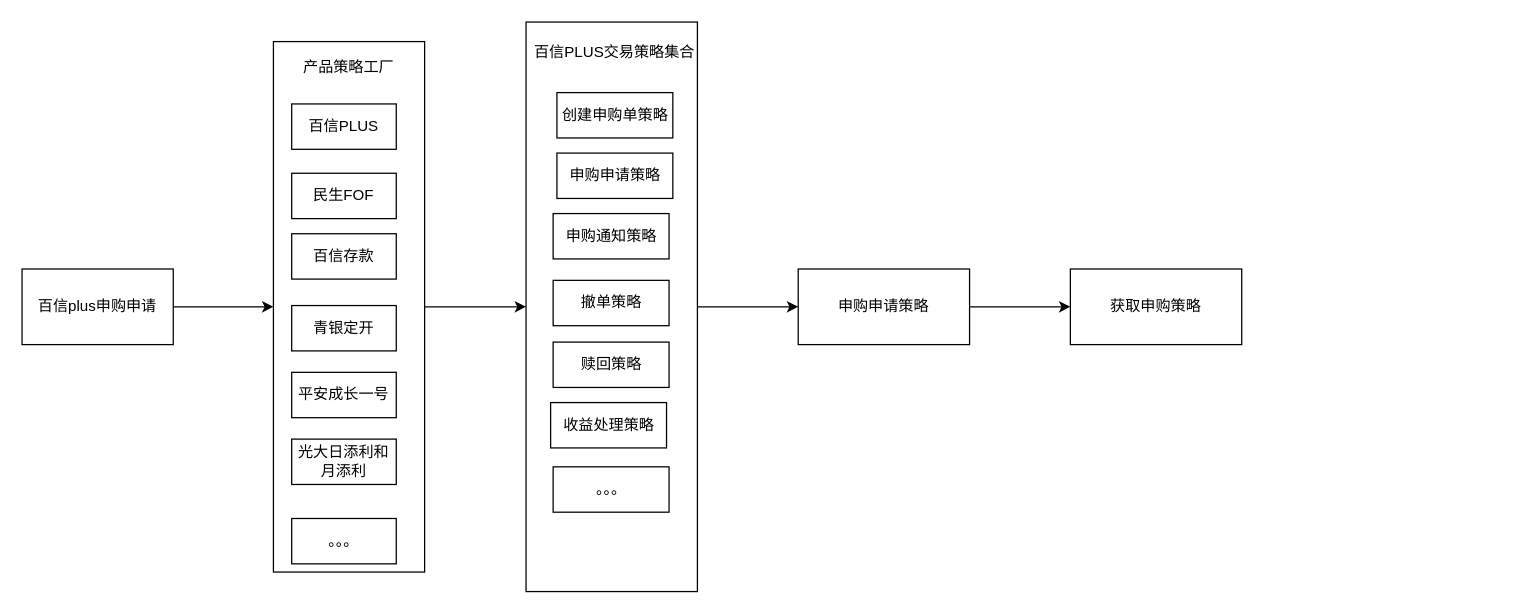
Before: Untitled Diagram.drawio in nsdifficult/DownloadWhilePlaying, a draw.io diagram. Source tidied: cells renumbered, new cells numbered last; positions are measured from the earlier drawing's top-left corner, leaving out a move shared by most shapes. Both pictures are drawn from the tidied source at 126%, with x=0, y=0 at pixel (21, 21).
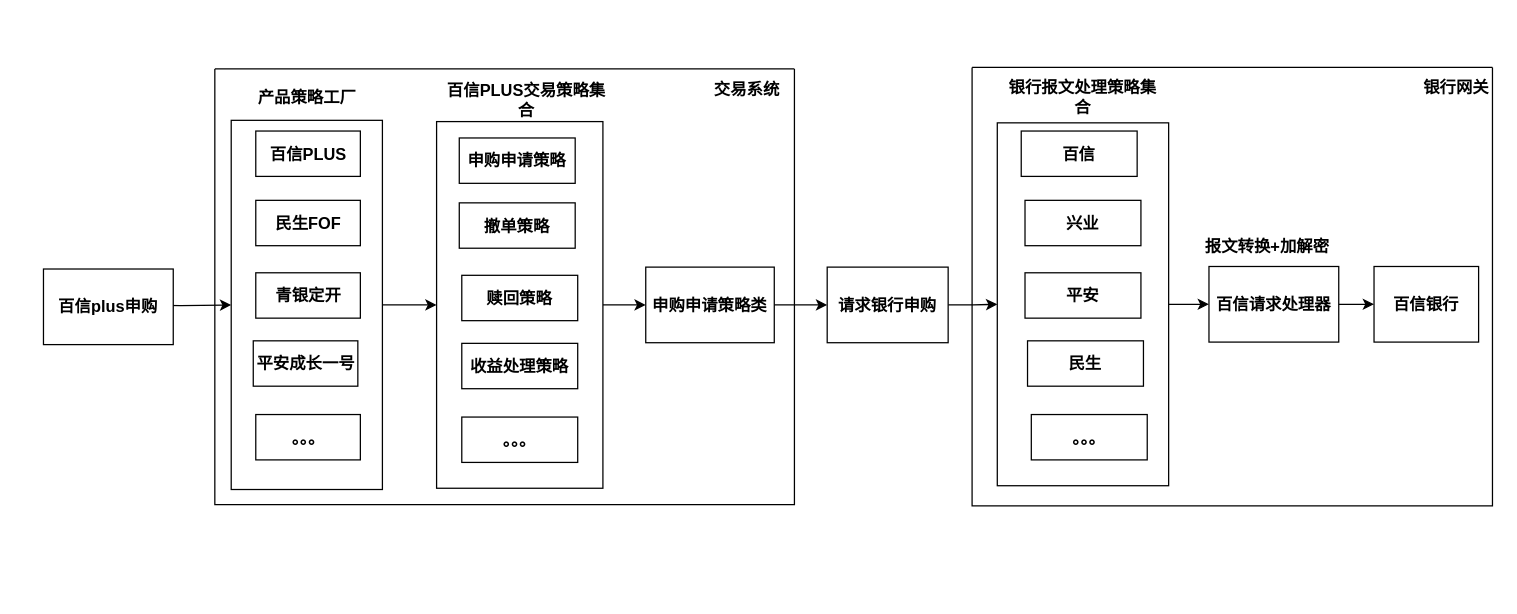
After the change.

What changed in the source:
```diff
@@
-    <mxCell id="2" style="edgeStyle=orthogonalEdgeStyle;rounded=0;jettySize=auto;html=1;" parent="1" edge="1" source="3" target="5">
-      <mxGeometry relative="1" as="geometry" />
+    <mxCell id="2" style="edgeStyle=orthogonalEdgeStyle;rounded=0;jettySize=auto;html=1;fontStyle=1;fontSize=13;" parent="1" edge="1" target="5">
+      <mxGeometry relative="1" as="geometry">
+        <mxPoint x="85" y="224.5" as="sourcePoint" />
+      </mxGeometry>
     </mxCell>
-    <mxCell id="3" value="百信plus申购申请" style="rounded=0;whiteSpace=wrap;html=1;" parent="1" vertex="1">
-      <mxGeometry y="196" width="120" height="60" as="geometry" />
+    <mxCell id="3" value="百信plus申购" style="rounded=0;whiteSpace=wrap;html=1;fontStyle=1;fontSize=13;" parent="1" vertex="1">
+      <mxGeometry x="17" y="196" width="103" height="60" as="geometry" />
     </mxCell>
-    <mxCell id="4" style="edgeStyle=orthogonalEdgeStyle;rounded=0;jettySize=auto;html=1;" parent="1" edge="1" source="5" target="7">
+    <mxCell id="4" style="edgeStyle=orthogonalEdgeStyle;rounded=0;jettySize=auto;html=1;fontStyle=1;fontSize=13;" parent="1" edge="1" source="5" target="7">
       <mxGeometry relative="1" as="geometry" />
     </mxCell>
-    <mxCell id="5" style="whiteSpace=wrap;html=1;rounded=0;" parent="1" vertex="1">
-      <mxGeometry x="199.5" y="15.5" width="120" height="421" as="geometry" />
+    <mxCell id="5" style="whiteSpace=wrap;html=1;rounded=0;fontStyle=1;fontSize=13;" parent="1" vertex="1">
+      <mxGeometry x="166" y="78" width="120" height="293" as="geometry" />
     </mxCell>
-    <mxCell id="6" style="edgeStyle=orthogonalEdgeStyle;rounded=0;jettySize=auto;html=1;" parent="1" edge="1" source="7" target="9">
+    <mxCell id="6" style="edgeStyle=orthogonalEdgeStyle;rounded=0;jettySize=auto;html=1;entryX=0;entryY=0.5;entryDx=0;entryDy=0;fontStyle=1;fontSize=13;" parent="1" edge="1" source="7" target="9">
       <mxGeometry relative="1" as="geometry" />
     </mxCell>
-    <mxCell id="7" value="&lt;div&gt;&lt;br&gt;&lt;/div&gt;&lt;div&gt;&lt;br&gt;&lt;/div&gt;" style="whiteSpace=wrap;html=1;rounded=0;" parent="1" vertex="1">
-      <mxGeometry x="400" width="136" height="452" as="geometry" />
+    <mxCell id="7" value="&lt;div style=&quot;font-size: 13px;&quot;&gt;&lt;br style=&quot;font-size: 13px;&quot;&gt;&lt;/div&gt;&lt;div style=&quot;font-size: 13px;&quot;&gt;&lt;br style=&quot;font-size: 13px;&quot;&gt;&lt;/div&gt;" style="whiteSpace=wrap;html=1;rounded=0;fontStyle=1;fontSize=13;" parent="1" vertex="1">
+      <mxGeometry x="329" y="79" width="132" height="291" as="geometry" />
     </mxCell>
-    <mxCell id="8" style="edgeStyle=orthogonalEdgeStyle;rounded=0;jettySize=auto;html=1;" parent="1" edge="1" source="9" target="10">
-      <mxGeometry relative="1" as="geometry" />
-    </mxCell>
-    <mxCell id="9" value="申购申请策略" style="whiteSpace=wrap;html=1;rounded=0;" parent="1" vertex="1">
-      <mxGeometry x="616" y="196" width="136" height="60" as="geometry" />
+    <mxCell id="9" value="申购申请策略类" style="whiteSpace=wrap;html=1;rounded=0;fontStyle=1;fontSize=13;" parent="1" vertex="1">
+      <mxGeometry x="495" y="194.5" width="102" height="60" as="geometry" />
     </mxCell>
-    <mxCell id="10" value="获取申购策略" style="whiteSpace=wrap;html=1;rounded=0;" parent="1" vertex="1">
-      <mxGeometry x="832" y="196" width="136" height="60" as="geometry" />
-    </mxCell>
+    <mxCell id="27" style="edgeStyle=orthogonalEdgeStyle;rounded=0;jettySize=auto;html=1;exitX=1;exitY=0.5;exitDx=0;exitDy=0;fontStyle=1;fontSize=13;" parent="1" edge="1" source="9" target="29">
+      <mxGeometry relative="1" as="geometry" />
+    </mxCell>
-    <mxCell id="11" value="&lt;div&gt;百信PLUS&lt;/div&gt;" style="rounded=0;whiteSpace=wrap;html=1;" parent="1" vertex="1">
-      <mxGeometry x="214" y="65" width="83" height="36" as="geometry" />
+    <mxCell id="11" value="&lt;div style=&quot;font-size: 13px;&quot;&gt;百信PLUS&lt;/div&gt;" style="rounded=0;whiteSpace=wrap;html=1;fontStyle=1;fontSize=13;" parent="1" vertex="1">
+      <mxGeometry x="185.5" y="86.5" width="83" height="36" as="geometry" />
     </mxCell>
-    <mxCell id="12" value="&lt;div&gt;&lt;div&gt;民生FOF&lt;/div&gt;&lt;/div&gt;" style="rounded=0;whiteSpace=wrap;html=1;" parent="1" vertex="1">
-      <mxGeometry x="214" y="120" width="83" height="36" as="geometry" />
+    <mxCell id="12" value="&lt;div style=&quot;font-size: 13px;&quot;&gt;&lt;div style=&quot;font-size: 13px;&quot;&gt;民生FOF&lt;/div&gt;&lt;/div&gt;" style="rounded=0;whiteSpace=wrap;html=1;fontStyle=1;fontSize=13;" parent="1" vertex="1">
+      <mxGeometry x="185.5" y="141.5" width="83" height="36" as="geometry" />
     </mxCell>
-    <mxCell id="13" value="&lt;div&gt;青银定开&lt;/div&gt;" style="rounded=0;whiteSpace=wrap;html=1;" parent="1" vertex="1">
-      <mxGeometry x="214" y="225" width="83" height="36" as="geometry" />
+    <mxCell id="13" value="&lt;div style=&quot;font-size: 13px;&quot;&gt;青银定开&lt;/div&gt;" style="rounded=0;whiteSpace=wrap;html=1;fontStyle=1;fontSize=13;" parent="1" vertex="1">
+      <mxGeometry x="185.5" y="199" width="83" height="36" as="geometry" />
     </mxCell>
-    <mxCell id="14" value="&lt;div&gt;&lt;div&gt;平安成长一号&lt;/div&gt;&lt;/div&gt;" style="rounded=0;whiteSpace=wrap;html=1;" parent="1" vertex="1">
-      <mxGeometry x="214" y="278" width="83" height="36" as="geometry" />
+    <mxCell id="14" value="&lt;div style=&quot;font-size: 13px;&quot;&gt;&lt;div style=&quot;font-size: 13px;&quot;&gt;平安成长一号&lt;/div&gt;&lt;/div&gt;" style="rounded=0;whiteSpace=wrap;html=1;fontStyle=1;fontSize=13;" parent="1" vertex="1">
+      <mxGeometry x="183.5" y="253" width="83" height="36" as="geometry" />
     </mxCell>
-    <mxCell id="15" value="&lt;div&gt;&lt;div&gt;&lt;div&gt;光大日添利和月添利&lt;/div&gt;&lt;/div&gt;&lt;/div&gt;" style="rounded=0;whiteSpace=wrap;html=1;" parent="1" vertex="1">
-      <mxGeometry x="214" y="331" width="83" height="36" as="geometry" />
-    </mxCell>
-    <mxCell id="16" value="&lt;div&gt;&lt;div&gt;百信存款&lt;/div&gt;&lt;/div&gt;" style="rounded=0;whiteSpace=wrap;html=1;" parent="1" vertex="1">
-      <mxGeometry x="214" y="168" width="83" height="36" as="geometry" />
-    </mxCell>
-    <mxCell id="17" value="。。。" style="rounded=0;whiteSpace=wrap;html=1;" parent="1" vertex="1">
-      <mxGeometry x="214" y="394" width="83" height="36" as="geometry" />
+    <mxCell id="17" value="。。。" style="rounded=0;whiteSpace=wrap;html=1;fontStyle=1;fontSize=13;" parent="1" vertex="1">
+      <mxGeometry x="185.5" y="311.5" width="83" height="36" as="geometry" />
     </mxCell>
-    <mxCell id="18" value="产品策略工厂" style="text;html=1;strokeColor=none;fillColor=none;align=center;verticalAlign=middle;whiteSpace=wrap;rounded=0;" parent="1" vertex="1">
-      <mxGeometry x="214" y="26" width="91" height="20" as="geometry" />
+    <mxCell id="18" value="产品策略工厂" style="text;html=1;strokeColor=none;fillColor=none;align=center;verticalAlign=middle;whiteSpace=wrap;rounded=0;fontStyle=1;fontSize=13;" parent="1" vertex="1">
+      <mxGeometry x="180.5" y="50" width="91" height="20" as="geometry" />
     </mxCell>
-    <mxCell id="19" value="&lt;div&gt;百信PLUS交易策略集合&lt;/div&gt;" style="text;html=1;strokeColor=none;fillColor=none;align=center;verticalAlign=middle;whiteSpace=wrap;rounded=0;" parent="1" vertex="1">
-      <mxGeometry x="405" y="14" width="131" height="20" as="geometry" />
+    <mxCell id="19" value="&lt;div style=&quot;font-size: 13px;&quot;&gt;百信PLUS交易策略集合&lt;/div&gt;" style="text;html=1;strokeColor=none;fillColor=none;align=center;verticalAlign=middle;whiteSpace=wrap;rounded=0;fontStyle=1;fontSize=13;" parent="1" vertex="1">
+      <mxGeometry x="335" y="52" width="131" height="20" as="geometry" />
     </mxCell>
-    <mxCell id="20" value="创建申购单策略" style="rounded=0;whiteSpace=wrap;html=1;" parent="1" vertex="1">
-      <mxGeometry x="424.5" y="56" width="92" height="36" as="geometry" />
-    </mxCell>
-    <mxCell id="21" value="申购申请策略" style="rounded=0;whiteSpace=wrap;html=1;" parent="1" vertex="1">
-      <mxGeometry x="424.5" y="104" width="92" height="36" as="geometry" />
+    <mxCell id="21" value="申购申请策略" style="rounded=0;whiteSpace=wrap;html=1;fontStyle=1;fontSize=13;" parent="1" vertex="1">
+      <mxGeometry x="347" y="92" width="92" height="36" as="geometry" />
     </mxCell>
-    <mxCell id="22" value="申购通知策略" style="rounded=0;whiteSpace=wrap;html=1;" parent="1" vertex="1">
-      <mxGeometry x="421.5" y="152" width="92" height="36" as="geometry" />
-    </mxCell>
-    <mxCell id="23" value="撤单策略" style="rounded=0;whiteSpace=wrap;html=1;" parent="1" vertex="1">
-      <mxGeometry x="421.5" y="205" width="92" height="36" as="geometry" />
+    <mxCell id="23" value="撤单策略" style="rounded=0;whiteSpace=wrap;html=1;fontStyle=1;fontSize=13;" parent="1" vertex="1">
+      <mxGeometry x="347" y="143.5" width="92" height="36" as="geometry" />
     </mxCell>
-    <mxCell id="24" value="赎回策略" style="rounded=0;whiteSpace=wrap;html=1;" parent="1" vertex="1">
-      <mxGeometry x="421.5" y="254" width="92" height="36" as="geometry" />
+    <mxCell id="24" value="赎回策略" style="rounded=0;whiteSpace=wrap;html=1;fontStyle=1;fontSize=13;" parent="1" vertex="1">
+      <mxGeometry x="349" y="201" width="92" height="36" as="geometry" />
     </mxCell>
-    <mxCell id="25" value="收益处理策略" style="rounded=0;whiteSpace=wrap;html=1;" parent="1" vertex="1">
-      <mxGeometry x="419.5" y="302" width="92" height="36" as="geometry" />
+    <mxCell id="25" value="收益处理策略" style="rounded=0;whiteSpace=wrap;html=1;fontStyle=1;fontSize=13;" parent="1" vertex="1">
+      <mxGeometry x="349" y="255" width="92" height="36" as="geometry" />
     </mxCell>
-    <mxCell id="26" value="。。。" style="rounded=0;whiteSpace=wrap;html=1;" parent="1" vertex="1">
-      <mxGeometry x="421.5" y="353" width="92" height="36" as="geometry" />
+    <mxCell id="26" value="。。。" style="rounded=0;whiteSpace=wrap;html=1;fontStyle=1;fontSize=13;" parent="1" vertex="1">
+      <mxGeometry x="349" y="313.5" width="92" height="36" as="geometry" />
     </mxCell>
+    <mxCell id="28" style="edgeStyle=orthogonalEdgeStyle;rounded=0;jettySize=auto;html=1;fontStyle=1;fontSize=13;" parent="1" edge="1" source="29" target="31">
+      <mxGeometry relative="1" as="geometry" />
+    </mxCell>
+    <mxCell id="29" value="请求银行申购" style="whiteSpace=wrap;html=1;rounded=0;fontStyle=1;fontSize=13;" parent="1" vertex="1">
+      <mxGeometry x="639" y="194.5" width="96" height="60" as="geometry" />
+    </mxCell>
+    <mxCell id="30" style="edgeStyle=orthogonalEdgeStyle;rounded=0;jettySize=auto;html=1;fontStyle=1;fontSize=13;" parent="1" edge="1" source="31" target="39">
+      <mxGeometry relative="1" as="geometry" />
+    </mxCell>
+    <mxCell id="31" style="whiteSpace=wrap;html=1;rounded=0;fontStyle=1;fontSize=13;" parent="1" vertex="1">
+      <mxGeometry x="774" y="80" width="136" height="288" as="geometry" />
+    </mxCell>
+    <mxCell id="32" value="百信" style="rounded=0;whiteSpace=wrap;html=1;fontStyle=1;fontSize=13;" parent="1" vertex="1">
+      <mxGeometry x="793" y="86.5" width="92" height="36" as="geometry" />
+    </mxCell>
+    <mxCell id="33" value="兴业" style="rounded=0;whiteSpace=wrap;html=1;fontStyle=1;fontSize=13;" parent="1" vertex="1">
+      <mxGeometry x="796" y="141.5" width="92" height="36" as="geometry" />
+    </mxCell>
+    <mxCell id="34" value="平安" style="rounded=0;whiteSpace=wrap;html=1;fontStyle=1;fontSize=13;" parent="1" vertex="1">
+      <mxGeometry x="796" y="199" width="92" height="36" as="geometry" />
+    </mxCell>
+    <mxCell id="35" value="民生" style="rounded=0;whiteSpace=wrap;html=1;fontStyle=1;fontSize=13;" parent="1" vertex="1">
+      <mxGeometry x="798" y="253" width="92" height="36" as="geometry" />
+    </mxCell>
+    <mxCell id="36" value="。。。" style="rounded=0;whiteSpace=wrap;html=1;fontStyle=1;fontSize=13;" parent="1" vertex="1">
+      <mxGeometry x="801" y="311.5" width="92" height="36" as="geometry" />
+    </mxCell>
+    <mxCell id="37" value="银行报文处理策略集合" style="text;html=1;strokeColor=none;fillColor=none;align=center;verticalAlign=middle;whiteSpace=wrap;rounded=0;fontStyle=1;fontSize=13;" parent="1" vertex="1">
+      <mxGeometry x="777" y="50" width="130" height="20" as="geometry" />
+    </mxCell>
+    <mxCell id="38" style="edgeStyle=orthogonalEdgeStyle;rounded=0;jettySize=auto;html=1;fontStyle=1;fontSize=13;" parent="1" edge="1" source="39" target="40">
+      <mxGeometry relative="1" as="geometry" />
+    </mxCell>
+    <mxCell id="39" value="百信请求处理器" style="whiteSpace=wrap;html=1;rounded=0;fontStyle=1;fontSize=13;" parent="1" vertex="1">
+      <mxGeometry x="942" y="194" width="103" height="60" as="geometry" />
+    </mxCell>
+    <mxCell id="40" value="百信银行" style="whiteSpace=wrap;html=1;rounded=0;fontStyle=1;fontSize=13;" parent="1" vertex="1">
+      <mxGeometry x="1073" y="194" width="83" height="60" as="geometry" />
+    </mxCell>
+    <mxCell id="41" style="swimlane;startSize=0;fontStyle=1;fontSize=13;" parent="1" vertex="1">
+      <mxGeometry x="153" y="37.2" width="460" height="345.8" as="geometry" />
+    </mxCell>
+    <mxCell id="42" value="交易系统" style="text;html=1;strokeColor=none;fillColor=none;align=center;verticalAlign=middle;whiteSpace=wrap;rounded=0;fontStyle=1;fontSize=13;" parent="41" vertex="1">
+      <mxGeometry x="392" y="5.5" width="61" height="20" as="geometry" />
+    </mxCell>
+    <mxCell id="43" style="swimlane;startSize=0;fontStyle=1;fontSize=13;" parent="1" vertex="1">
+      <mxGeometry x="754" y="36" width="413" height="348" as="geometry" />
+    </mxCell>
+    <mxCell id="44" value="银行网关" style="text;html=1;strokeColor=none;fillColor=none;align=center;verticalAlign=middle;whiteSpace=wrap;rounded=0;fontStyle=1;fontSize=13;" parent="43" vertex="1">
+      <mxGeometry x="354" y="6" width="61" height="20" as="geometry" />
+    </mxCell>
+    <mxCell id="45" value="报文转换+加解密" style="text;html=1;strokeColor=none;fillColor=none;align=center;verticalAlign=middle;whiteSpace=wrap;rounded=0;fontStyle=1;fontSize=13;" parent="43" vertex="1">
+      <mxGeometry x="170" y="132" width="129" height="20" as="geometry" />
+    </mxCell>
```
